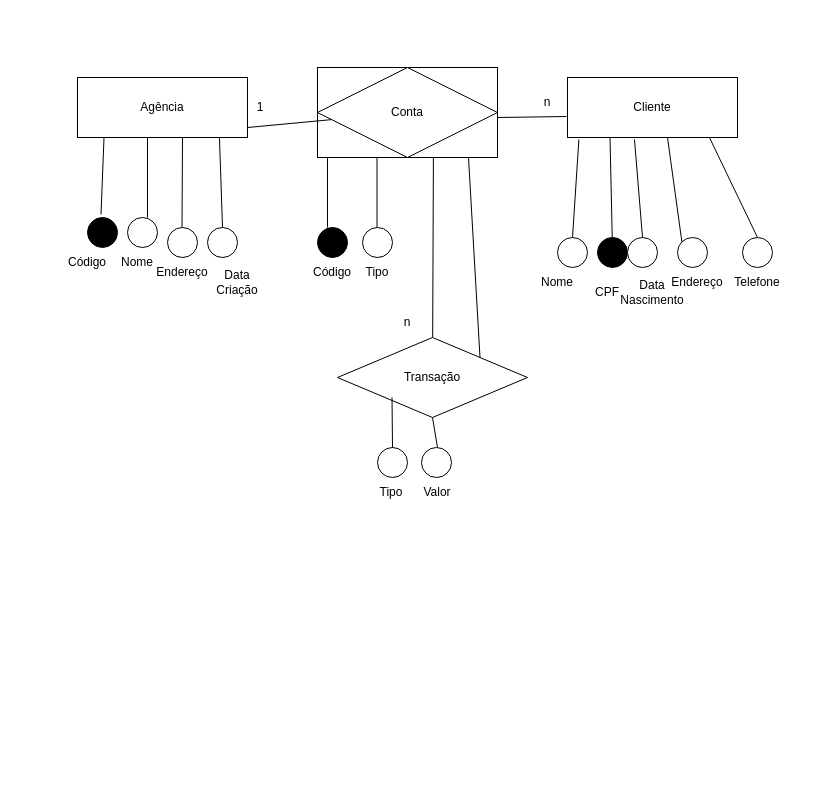
Before: Diagrama sem nome.drawio in COLTEC-DAW/E10-Banco-de-dados, a draw.io diagram. Source tidied: cells renumbered, new cells numbered last; positions are measured from the earlier drawing's top-left corner, leaving out a move shared by most shapes. Both pictures are drawn from the tidied source at 100%, with x=0, y=0 at pixel (57, 67).
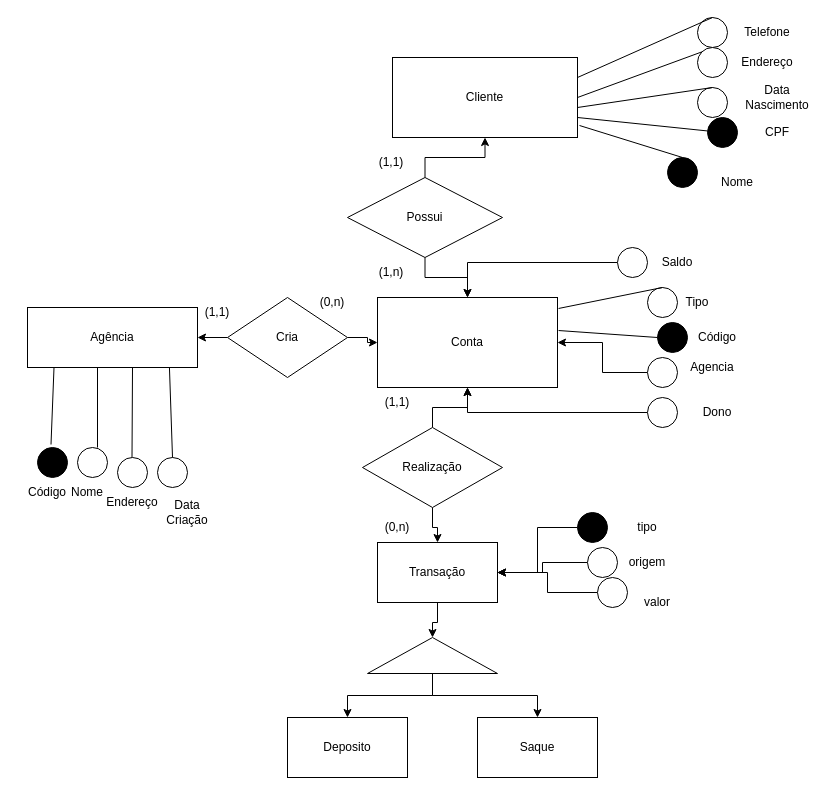
After the change.

The edit, as a diff of the source:
```diff
@@
     <mxCell id="2" value="Cliente" style="rounded=0;whiteSpace=wrap;html=1;" parent="1" vertex="1">
-      <mxGeometry x="510" y="10" width="170" height="60" as="geometry" />
+      <mxGeometry x="335" y="-10" width="185" height="80" as="geometry" />
     </mxCell>
-    <mxCell id="3" style="endArrow=none;html=1;rounded=0;entryX=0.067;entryY=1.033;entryDx=0;entryDy=0;entryPerimeter=0;exitX=0.5;exitY=0;exitDx=0;exitDy=0;" parent="1" edge="1" source="4" target="2">
+    <mxCell id="3" style="endArrow=none;html=1;rounded=0;entryX=1.011;entryY=0.85;entryDx=0;entryDy=0;entryPerimeter=0;exitX=0.5;exitY=0;exitDx=0;exitDy=0;" parent="1" edge="1" source="4" target="2">
       <mxGeometry relative="1" as="geometry" />
     </mxCell>
-    <mxCell id="4" style="ellipse;whiteSpace=wrap;html=1;" parent="1" vertex="1">
-      <mxGeometry x="500" y="170" width="30" height="30" as="geometry" />
+    <mxCell id="4" style="ellipse;whiteSpace=wrap;html=1;fillColor=#000000;" parent="1" vertex="1">
+      <mxGeometry x="610" y="90" width="30" height="30" as="geometry" />
     </mxCell>
     <mxCell id="5" value="Nome" style="text;html=1;strokeColor=none;fillColor=none;align=center;verticalAlign=middle;whiteSpace=wrap;rounded=0;" parent="1" vertex="1">
-      <mxGeometry x="470" y="200" width="60" height="30" as="geometry" />
+      <mxGeometry x="650" y="100" width="60" height="30" as="geometry" />
     </mxCell>
-    <mxCell id="6" style="endArrow=none;html=1;rounded=0;exitX=0.25;exitY=1;exitDx=0;exitDy=0;" parent="1" edge="1" source="2" target="7">
+    <mxCell id="6" style="endArrow=none;html=1;rounded=0;exitX=1;exitY=0.75;exitDx=0;exitDy=0;" parent="1" edge="1" source="2" target="7">
       <mxGeometry relative="1" as="geometry" />
     </mxCell>
     <mxCell id="7" style="ellipse;whiteSpace=wrap;html=1;fillColor=#000000;" parent="1" vertex="1">
-      <mxGeometry x="540" y="170" width="30" height="30" as="geometry" />
+      <mxGeometry x="650" y="50" width="30" height="30" as="geometry" />
     </mxCell>
     <mxCell id="8" value="CPF" style="text;html=1;strokeColor=none;fillColor=none;align=center;verticalAlign=middle;whiteSpace=wrap;rounded=0;" parent="1" vertex="1">
-      <mxGeometry x="520" y="210" width="60" height="30" as="geometry" />
+      <mxGeometry x="690" y="50" width="60" height="30" as="geometry" />
     </mxCell>
     <mxCell id="9" style="ellipse;whiteSpace=wrap;html=1;" parent="1" vertex="1">
-      <mxGeometry x="570" y="170" width="30" height="30" as="geometry" />
+      <mxGeometry x="640" y="20" width="30" height="30" as="geometry" />
     </mxCell>
     <mxCell id="10" value="&lt;div&gt;Data&lt;/div&gt;&lt;div&gt;Nascimento&lt;br&gt;&lt;/div&gt;" style="text;html=1;strokeColor=none;fillColor=none;align=center;verticalAlign=middle;whiteSpace=wrap;rounded=0;" parent="1" vertex="1">
-      <mxGeometry x="565" y="210" width="60" height="30" as="geometry" />
+      <mxGeometry x="690" y="15" width="60" height="30" as="geometry" />
     </mxCell>
-    <mxCell id="11" style="endArrow=none;html=1;rounded=0;exitX=0.394;exitY=1.033;exitDx=0;exitDy=0;entryX=0.5;entryY=0;entryDx=0;entryDy=0;exitPerimeter=0;" parent="1" edge="1" source="2" target="9">
-      <mxGeometry relative="1" as="geometry" />
+    <mxCell id="11" style="endArrow=none;html=1;rounded=0;entryX=0.5;entryY=0;entryDx=0;entryDy=0;" parent="1" edge="1" target="9">
+      <mxGeometry relative="1" as="geometry">
+        <mxPoint x="520" y="40" as="sourcePoint" />
+      </mxGeometry>
     </mxCell>
     <mxCell id="12" style="ellipse;whiteSpace=wrap;html=1;" parent="1" vertex="1">
-      <mxGeometry x="620" y="170" width="30" height="30" as="geometry" />
+      <mxGeometry x="640" y="-20" width="30" height="30" as="geometry" />
     </mxCell>
-    <mxCell id="13" style="endArrow=none;html=1;rounded=0;exitX=0.394;exitY=1.033;exitDx=0;exitDy=0;entryX=0;entryY=0;entryDx=0;entryDy=0;exitPerimeter=0;" parent="1" edge="1" target="12">
-      <mxGeometry relative="1" as="geometry">
-        <mxPoint x="610" y="70" as="sourcePoint" />
-      </mxGeometry>
+    <mxCell id="13" style="endArrow=none;html=1;rounded=0;exitX=1;exitY=0.5;exitDx=0;exitDy=0;entryX=0;entryY=0;entryDx=0;entryDy=0;" parent="1" edge="1" source="2" target="12">
+      <mxGeometry relative="1" as="geometry" />
     </mxCell>
     <mxCell id="14" value="Endereço" style="text;html=1;strokeColor=none;fillColor=none;align=center;verticalAlign=middle;whiteSpace=wrap;rounded=0;" parent="1" vertex="1">
-      <mxGeometry x="610" y="200" width="60" height="30" as="geometry" />
+      <mxGeometry x="680" y="-20" width="60" height="30" as="geometry" />
     </mxCell>
     <mxCell id="15" style="ellipse;whiteSpace=wrap;html=1;" parent="1" vertex="1">
-      <mxGeometry x="685" y="170" width="30" height="30" as="geometry" />
+      <mxGeometry x="640" y="-50" width="30" height="30" as="geometry" />
     </mxCell>
-    <mxCell id="16" style="endArrow=none;html=1;rounded=0;entryX=0.5;entryY=0;entryDx=0;entryDy=0;exitX=0.835;exitY=1;exitDx=0;exitDy=0;exitPerimeter=0;" parent="1" edge="1" source="2" target="15">
+    <mxCell id="16" style="endArrow=none;html=1;rounded=0;entryX=0.5;entryY=0;entryDx=0;entryDy=0;exitX=1;exitY=0.25;exitDx=0;exitDy=0;" parent="1" edge="1" source="2" target="15">
       <mxGeometry relative="1" as="geometry" />
     </mxCell>
     <mxCell id="17" value="Telefone" style="text;html=1;strokeColor=none;fillColor=none;align=center;verticalAlign=middle;whiteSpace=wrap;rounded=0;" parent="1" vertex="1">
-      <mxGeometry x="670" y="200" width="60" height="30" as="geometry" />
+      <mxGeometry x="680" y="-50" width="60" height="30" as="geometry" />
     </mxCell>
     <mxCell id="18" style="ellipse;whiteSpace=wrap;html=1;fillColor=#000000;" parent="1" vertex="1">
-      <mxGeometry x="30" y="150" width="30" height="30" as="geometry" />
+      <mxGeometry x="-20" y="380" width="30" height="30" as="geometry" />
     </mxCell>
     <mxCell id="19" style="endArrow=none;html=1;rounded=0;entryX=0.121;entryY=0.663;entryDx=0;entryDy=0;entryPerimeter=0;" parent="1" edge="1">
       <mxGeometry relative="1" as="geometry">
-        <mxPoint x="43.5" y="147" as="sourcePoint" />
-        <mxPoint x="46.5" y="70" as="targetPoint" />
+        <mxPoint x="-6.5" y="377" as="sourcePoint" />
+        <mxPoint x="-3.5" y="300" as="targetPoint" />
       </mxGeometry>
     </mxCell>
     <mxCell id="20" value="Código" style="text;html=1;strokeColor=none;fillColor=none;align=center;verticalAlign=middle;whiteSpace=wrap;rounded=0;" parent="1" vertex="1">
-      <mxGeometry y="180" width="60" height="30" as="geometry" />
+      <mxGeometry x="-40" y="410" width="60" height="30" as="geometry" />
     </mxCell>
     <mxCell id="21" style="ellipse;whiteSpace=wrap;html=1;" parent="1" vertex="1">
-      <mxGeometry x="70" y="150" width="30" height="30" as="geometry" />
+      <mxGeometry x="20" y="380" width="30" height="30" as="geometry" />
     </mxCell>
     <mxCell id="22" value="Nome" style="text;html=1;strokeColor=none;fillColor=none;align=center;verticalAlign=middle;whiteSpace=wrap;rounded=0;" parent="1" vertex="1">
-      <mxGeometry x="50" y="180" width="60" height="30" as="geometry" />
+      <mxGeometry y="410" width="60" height="30" as="geometry" />
     </mxCell>
     <mxCell id="23" style="ellipse;whiteSpace=wrap;html=1;" parent="1" vertex="1">
-      <mxGeometry x="110" y="160" width="30" height="30" as="geometry" />
+      <mxGeometry x="60" y="390" width="30" height="30" as="geometry" />
     </mxCell>
     <mxCell id="24" style="endArrow=none;html=1;rounded=0;" parent="1" edge="1">
       <mxGeometry relative="1" as="geometry">
-        <mxPoint x="124.5" y="160" as="sourcePoint" />
-        <mxPoint x="125" y="70" as="targetPoint" />
+        <mxPoint x="74.5" y="390" as="sourcePoint" />
+        <mxPoint x="75" y="300" as="targetPoint" />
       </mxGeometry>
     </mxCell>
     <mxCell id="25" value="Endereço" style="text;html=1;strokeColor=none;fillColor=none;align=center;verticalAlign=middle;whiteSpace=wrap;rounded=0;" parent="1" vertex="1">
-      <mxGeometry x="95" y="190" width="60" height="30" as="geometry" />
+      <mxGeometry x="45" y="420" width="60" height="30" as="geometry" />
     </mxCell>
     <mxCell id="26" style="ellipse;whiteSpace=wrap;html=1;" parent="1" vertex="1">
-      <mxGeometry x="150" y="160" width="30" height="30" as="geometry" />
+      <mxGeometry x="100" y="390" width="30" height="30" as="geometry" />
     </mxCell>
@@
     <mxCell id="28" value="&lt;div&gt;Data &lt;br&gt;&lt;/div&gt;&lt;div&gt;Criação&lt;br&gt;&lt;/div&gt;" style="text;html=1;strokeColor=none;fillColor=none;align=center;verticalAlign=middle;whiteSpace=wrap;rounded=0;" parent="1" vertex="1">
-      <mxGeometry x="150" y="200" width="60" height="30" as="geometry" />
+      <mxGeometry x="100" y="430" width="60" height="30" as="geometry" />
     </mxCell>
     <mxCell id="29" style="endArrow=none;html=1;rounded=0;" parent="1" edge="1">
       <mxGeometry relative="1" as="geometry">
-        <mxPoint x="90" y="150" as="sourcePoint" />
-        <mxPoint x="90" y="70" as="targetPoint" />
+        <mxPoint x="40" y="380" as="sourcePoint" />
+        <mxPoint x="40" y="300" as="targetPoint" />
       </mxGeometry>
     </mxCell>
     <mxCell id="30" value="Agência" style="rounded=0;whiteSpace=wrap;html=1;" parent="1" vertex="1">
-      <mxGeometry x="20" y="10" width="170" height="60" as="geometry" />
+      <mxGeometry x="-30" y="240" width="170" height="60" as="geometry" />
     </mxCell>
-    <mxCell id="31" style="rounded=0;whiteSpace=wrap;html=1;" parent="1" vertex="1">
-      <mxGeometry x="260" width="180" height="90" as="geometry" />
+    <mxCell id="31" value="Conta" style="rounded=0;whiteSpace=wrap;html=1;" parent="1" vertex="1">
+      <mxGeometry x="320" y="230" width="180" height="90" as="geometry" />
     </mxCell>
-    <mxCell id="32" value="Conta" style="rhombus;whiteSpace=wrap;html=1;" parent="1" vertex="1">
-      <mxGeometry x="260" width="180" height="90" as="geometry" />
-    </mxCell>
     <mxCell id="33" style="ellipse;whiteSpace=wrap;html=1;fillColor=#000000;" parent="1" vertex="1">
-      <mxGeometry x="260" y="160" width="30" height="30" as="geometry" />
+      <mxGeometry x="600" y="255" width="30" height="30" as="geometry" />
     </mxCell>
-    <mxCell id="34" style="endArrow=none;html=1;rounded=0;" parent="1" edge="1">
-      <mxGeometry relative="1" as="geometry">
-        <mxPoint x="270" y="160" as="sourcePoint" />
-        <mxPoint x="270" y="90" as="targetPoint" />
-      </mxGeometry>
+    <mxCell id="34" style="endArrow=none;html=1;rounded=0;exitX=1.006;exitY=0.367;exitDx=0;exitDy=0;exitPerimeter=0;entryX=0;entryY=0.5;entryDx=0;entryDy=0;" parent="1" edge="1" source="31" target="33">
+      <mxGeometry relative="1" as="geometry" />
     </mxCell>
     <mxCell id="35" value="Código" style="text;html=1;strokeColor=none;fillColor=none;align=center;verticalAlign=middle;whiteSpace=wrap;rounded=0;" parent="1" vertex="1">
-      <mxGeometry x="245" y="190" width="60" height="30" as="geometry" />
+      <mxGeometry x="630" y="255" width="60" height="30" as="geometry" />
     </mxCell>
     <mxCell id="36" style="ellipse;whiteSpace=wrap;html=1;" parent="1" vertex="1">
-      <mxGeometry x="305" y="160" width="30" height="30" as="geometry" />
+      <mxGeometry x="590" y="220" width="30" height="30" as="geometry" />
     </mxCell>
     <mxCell id="37" value="Tipo" style="text;html=1;strokeColor=none;fillColor=none;align=center;verticalAlign=middle;whiteSpace=wrap;rounded=0;" parent="1" vertex="1">
-      <mxGeometry x="290" y="190" width="60" height="30" as="geometry" />
+      <mxGeometry x="610" y="220" width="60" height="30" as="geometry" />
     </mxCell>
-    <mxCell id="38" style="endArrow=none;html=1;rounded=0;" parent="1" edge="1">
-      <mxGeometry relative="1" as="geometry">
-        <mxPoint x="319.5" y="160" as="sourcePoint" />
-        <mxPoint x="319.5" y="90" as="targetPoint" />
-      </mxGeometry>
+    <mxCell id="38" style="endArrow=none;html=1;rounded=0;exitX=0.5;exitY=0;exitDx=0;exitDy=0;entryX=1.006;entryY=0.122;entryDx=0;entryDy=0;entryPerimeter=0;" parent="1" edge="1" source="36" target="31">
+      <mxGeometry relative="1" as="geometry" />
     </mxCell>
+    <mxCell id="53" style="edgeStyle=orthogonalEdgeStyle;rounded=0;jettySize=auto;html=1;" parent="1" edge="1" source="47" target="31">
+      <mxGeometry relative="1" as="geometry" />
+    </mxCell>
+    <mxCell id="47" style="ellipse;whiteSpace=wrap;html=1;" parent="1" vertex="1">
+      <mxGeometry x="590" y="290" width="30" height="30" as="geometry" />
+    </mxCell>
+    <mxCell id="54" style="edgeStyle=orthogonalEdgeStyle;rounded=0;jettySize=auto;html=1;" parent="1" edge="1" source="56" target="31">
+      <mxGeometry relative="1" as="geometry" />
+    </mxCell>
+    <mxCell id="55" style="edgeStyle=orthogonalEdgeStyle;rounded=0;jettySize=auto;html=1;" parent="1" edge="1" source="56" target="30">
+      <mxGeometry relative="1" as="geometry" />
+    </mxCell>
+    <mxCell id="56" value="Cria" style="rhombus;whiteSpace=wrap;html=1;" parent="1" vertex="1">
+      <mxGeometry x="170" y="230" width="120" height="80" as="geometry" />
+    </mxCell>
+    <mxCell id="57" value="Agencia" style="text;html=1;strokeColor=none;fillColor=none;align=center;verticalAlign=middle;whiteSpace=wrap;rounded=0;" parent="1" vertex="1">
+      <mxGeometry x="625" y="285" width="60" height="30" as="geometry" />
+    </mxCell>
+    <mxCell id="58" style="edgeStyle=orthogonalEdgeStyle;rounded=0;jettySize=auto;html=1;" parent="1" edge="1" source="59" target="31">
+      <mxGeometry relative="1" as="geometry" />
+    </mxCell>
+    <mxCell id="59" style="ellipse;whiteSpace=wrap;html=1;" parent="1" vertex="1">
+      <mxGeometry x="590" y="330" width="30" height="30" as="geometry" />
+    </mxCell>
+    <mxCell id="60" value="Dono" style="text;html=1;strokeColor=none;fillColor=none;align=center;verticalAlign=middle;whiteSpace=wrap;rounded=0;" parent="1" vertex="1">
+      <mxGeometry x="630" y="330" width="60" height="30" as="geometry" />
+    </mxCell>
+    <mxCell id="61" style="edgeStyle=orthogonalEdgeStyle;rounded=0;jettySize=auto;html=1;" parent="1" edge="1" source="62" target="31">
+      <mxGeometry relative="1" as="geometry" />
+    </mxCell>
+    <mxCell id="62" style="ellipse;whiteSpace=wrap;html=1;" parent="1" vertex="1">
+      <mxGeometry x="560" y="180" width="30" height="30" as="geometry" />
+    </mxCell>
+    <mxCell id="63" value="Saldo" style="text;html=1;strokeColor=none;fillColor=none;align=center;verticalAlign=middle;whiteSpace=wrap;rounded=0;" parent="1" vertex="1">
+      <mxGeometry x="590" y="180" width="60" height="30" as="geometry" />
+    </mxCell>
+    <mxCell id="64" style="edgeStyle=orthogonalEdgeStyle;rounded=0;jettySize=auto;html=1;" parent="1" edge="1" source="66" target="31">
+      <mxGeometry relative="1" as="geometry" />
+    </mxCell>
+    <mxCell id="65" style="edgeStyle=orthogonalEdgeStyle;rounded=0;jettySize=auto;html=1;" parent="1" edge="1" source="66" target="2">
+      <mxGeometry relative="1" as="geometry" />
+    </mxCell>
+    <mxCell id="66" value="Possui" style="rhombus;whiteSpace=wrap;html=1;" parent="1" vertex="1">
+      <mxGeometry x="290" y="110" width="155" height="80" as="geometry" />
+    </mxCell>
+    <mxCell id="67" style="edgeStyle=orthogonalEdgeStyle;rounded=0;jettySize=auto;html=1;" parent="1" edge="1" source="69" target="31">
+      <mxGeometry relative="1" as="geometry" />
+    </mxCell>
+    <mxCell id="68" style="edgeStyle=orthogonalEdgeStyle;rounded=0;jettySize=auto;html=1;" parent="1" edge="1" source="69" target="39">
+      <mxGeometry relative="1" as="geometry" />
+    </mxCell>
+    <mxCell id="69" value="Realização" style="rhombus;whiteSpace=wrap;html=1;" parent="1" vertex="1">
+      <mxGeometry x="305" y="360" width="140" height="80" as="geometry" />
+    </mxCell>
+    <mxCell id="70" style="edgeStyle=orthogonalEdgeStyle;rounded=0;jettySize=auto;html=1;" parent="1" edge="1" source="39" target="73">
+      <mxGeometry relative="1" as="geometry" />
+    </mxCell>
-    <mxCell id="39" value="Transação" style="rhombus;whiteSpace=wrap;html=1;" parent="1" vertex="1">
-      <mxGeometry x="280" y="270" width="190" height="80" as="geometry" />
+    <mxCell id="39" value="Transação" style="rounded=0;whiteSpace=wrap;html=1;" parent="1" vertex="1">
+      <mxGeometry x="320" y="475" width="120" height="60" as="geometry" />
     </mxCell>
-    <mxCell id="40" style="endArrow=none;html=1;rounded=0;entryX=0.644;entryY=1;entryDx=0;entryDy=0;entryPerimeter=0;" parent="1" edge="1" source="39" target="31">
-      <mxGeometry relative="1" as="geometry" />
-    </mxCell>
-    <mxCell id="41" style="endArrow=none;html=1;rounded=0;entryX=0.644;entryY=1;entryDx=0;entryDy=0;entryPerimeter=0;exitX=1;exitY=0;exitDx=0;exitDy=0;" parent="1" edge="1" source="39">
-      <mxGeometry relative="1" as="geometry">
-        <mxPoint x="411" y="90" as="targetPoint" />
-      </mxGeometry>
-    </mxCell>
-    <mxCell id="42" style="endArrow=none;html=1;rounded=0;" parent="1" edge="1" target="32">
-      <mxGeometry relative="1" as="geometry">
-        <mxPoint x="190" y="60" as="sourcePoint" />
-      </mxGeometry>
-    </mxCell>
-    <mxCell id="43" style="endArrow=none;html=1;rounded=0;entryX=-0.006;entryY=0.65;entryDx=0;entryDy=0;entryPerimeter=0;" parent="1" edge="1" target="2">
-      <mxGeometry relative="1" as="geometry">
-        <mxPoint x="440" y="50" as="sourcePoint" />
-      </mxGeometry>
-    </mxCell>
-    <mxCell id="44" style="ellipse;whiteSpace=wrap;html=1;" parent="1" vertex="1">
-      <mxGeometry x="320" y="380" width="30" height="30" as="geometry" />
-    </mxCell>
-    <mxCell id="45" style="endArrow=none;html=1;rounded=0;exitX=0.5;exitY=0;exitDx=0;exitDy=0;" parent="1" edge="1" source="44">
-      <mxGeometry relative="1" as="geometry">
-        <mxPoint x="334.5" y="330" as="targetPoint" />
-      </mxGeometry>
-    </mxCell>
-    <mxCell id="46" value="Tipo" style="text;html=1;strokeColor=none;fillColor=none;align=center;verticalAlign=middle;whiteSpace=wrap;rounded=0;" parent="1" vertex="1">
-      <mxGeometry x="304" y="410" width="60" height="30" as="geometry" />
-    </mxCell>
-    <mxCell id="47" style="ellipse;whiteSpace=wrap;html=1;" parent="1" vertex="1">
-      <mxGeometry x="364" y="380" width="30" height="30" as="geometry" />
-    </mxCell>
-    <mxCell id="48" value="Valor" style="text;html=1;strokeColor=none;fillColor=none;align=center;verticalAlign=middle;whiteSpace=wrap;rounded=0;" parent="1" vertex="1">
-      <mxGeometry x="350" y="410" width="60" height="30" as="geometry" />
-    </mxCell>
-    <mxCell id="49" style="endArrow=none;html=1;rounded=0;entryX=0.5;entryY=1;entryDx=0;entryDy=0;" parent="1" edge="1" target="39">
-      <mxGeometry relative="1" as="geometry">
-        <mxPoint x="380" y="380" as="sourcePoint" />
-      </mxGeometry>
-    </mxCell>
-    <mxCell id="50" value="1" style="text;html=1;strokeColor=none;fillColor=none;align=center;verticalAlign=middle;whiteSpace=wrap;rounded=0;" parent="1" vertex="1">
-      <mxGeometry x="173" y="25" width="60" height="30" as="geometry" />
-    </mxCell>
-    <mxCell id="51" value="n" style="text;html=1;strokeColor=none;fillColor=none;align=center;verticalAlign=middle;whiteSpace=wrap;rounded=0;" parent="1" vertex="1">
-      <mxGeometry x="460" y="20" width="60" height="30" as="geometry" />
-    </mxCell>
-    <mxCell id="52" value="n" style="text;html=1;strokeColor=none;fillColor=none;align=center;verticalAlign=middle;whiteSpace=wrap;rounded=0;" parent="1" vertex="1">
-      <mxGeometry x="320" y="240" width="60" height="30" as="geometry" />
-    </mxCell>
+    <mxCell id="71" style="edgeStyle=orthogonalEdgeStyle;rounded=0;jettySize=auto;html=1;" parent="1" edge="1" source="73" target="74">
+      <mxGeometry relative="1" as="geometry" />
+    </mxCell>
+    <mxCell id="72" style="edgeStyle=orthogonalEdgeStyle;rounded=0;jettySize=auto;html=1;" parent="1" edge="1" source="73" target="75">
+      <mxGeometry relative="1" as="geometry" />
+    </mxCell>
+    <mxCell id="73" style="triangle;whiteSpace=wrap;html=1;direction=north;" parent="1" vertex="1">
+      <mxGeometry x="310" y="570" width="130" height="36" as="geometry" />
+    </mxCell>
+    <mxCell id="74" value="Deposito" style="rounded=0;whiteSpace=wrap;html=1;" parent="1" vertex="1">
+      <mxGeometry x="230" y="650" width="120" height="60" as="geometry" />
+    </mxCell>
+    <mxCell id="75" value="Saque" style="rounded=0;whiteSpace=wrap;html=1;" parent="1" vertex="1">
+      <mxGeometry x="420" y="650" width="120" height="60" as="geometry" />
+    </mxCell>
+    <mxCell id="76" style="edgeStyle=orthogonalEdgeStyle;rounded=0;jettySize=auto;html=1;" parent="1" edge="1" source="77" target="39">
+      <mxGeometry relative="1" as="geometry" />
+    </mxCell>
+    <mxCell id="77" style="ellipse;whiteSpace=wrap;html=1;fillColor=#000000;" parent="1" vertex="1">
+      <mxGeometry x="520" y="445" width="30" height="30" as="geometry" />
+    </mxCell>
+    <mxCell id="78" style="edgeStyle=orthogonalEdgeStyle;rounded=0;jettySize=auto;html=1;" parent="1" edge="1" source="79" target="39">
+      <mxGeometry relative="1" as="geometry" />
+    </mxCell>
+    <mxCell id="79" style="ellipse;whiteSpace=wrap;html=1;" parent="1" vertex="1">
+      <mxGeometry x="530" y="480" width="30" height="30" as="geometry" />
+    </mxCell>
+    <mxCell id="80" style="edgeStyle=orthogonalEdgeStyle;rounded=0;jettySize=auto;html=1;" parent="1" edge="1" source="81" target="39">
+      <mxGeometry relative="1" as="geometry" />
+    </mxCell>
+    <mxCell id="81" style="ellipse;whiteSpace=wrap;html=1;" parent="1" vertex="1">
+      <mxGeometry x="540" y="510" width="30" height="30" as="geometry" />
+    </mxCell>
+    <mxCell id="82" value="tipo" style="text;html=1;strokeColor=none;fillColor=none;align=center;verticalAlign=middle;whiteSpace=wrap;rounded=0;" parent="1" vertex="1">
+      <mxGeometry x="560" y="445" width="60" height="30" as="geometry" />
+    </mxCell>
+    <mxCell id="83" value="origem" style="text;html=1;strokeColor=none;fillColor=none;align=center;verticalAlign=middle;whiteSpace=wrap;rounded=0;" parent="1" vertex="1">
+      <mxGeometry x="560" y="480" width="60" height="30" as="geometry" />
+    </mxCell>
+    <mxCell id="84" value="valor" style="text;html=1;strokeColor=none;fillColor=none;align=center;verticalAlign=middle;whiteSpace=wrap;rounded=0;" parent="1" vertex="1">
+      <mxGeometry x="570" y="520" width="60" height="30" as="geometry" />
+    </mxCell>
+    <mxCell id="85" value="(1,1)" style="text;html=1;strokeColor=none;fillColor=none;align=center;verticalAlign=middle;whiteSpace=wrap;rounded=0;" parent="1" vertex="1">
+      <mxGeometry x="130" y="230" width="60" height="30" as="geometry" />
+    </mxCell>
+    <mxCell id="86" value="(0,n)" style="text;html=1;strokeColor=none;fillColor=none;align=center;verticalAlign=middle;whiteSpace=wrap;rounded=0;" parent="1" vertex="1">
+      <mxGeometry x="245" y="220" width="60" height="30" as="geometry" />
+    </mxCell>
+    <mxCell id="87" value="(1,n)" style="text;html=1;strokeColor=none;fillColor=none;align=center;verticalAlign=middle;whiteSpace=wrap;rounded=0;" parent="1" vertex="1">
+      <mxGeometry x="304" y="190" width="60" height="30" as="geometry" />
+    </mxCell>
+    <mxCell id="88" value="(1,1)" style="text;html=1;strokeColor=none;fillColor=none;align=center;verticalAlign=middle;whiteSpace=wrap;rounded=0;" parent="1" vertex="1">
+      <mxGeometry x="304" y="80" width="60" height="30" as="geometry" />
+    </mxCell>
+    <mxCell id="89" value="(1,1)" style="text;html=1;strokeColor=none;fillColor=none;align=center;verticalAlign=middle;whiteSpace=wrap;rounded=0;" parent="1" vertex="1">
+      <mxGeometry x="310" y="320" width="60" height="30" as="geometry" />
+    </mxCell>
+    <mxCell id="90" value="(0,n)" style="text;html=1;strokeColor=none;fillColor=none;align=center;verticalAlign=middle;whiteSpace=wrap;rounded=0;" parent="1" vertex="1">
+      <mxGeometry x="310" y="445" width="60" height="30" as="geometry" />
+    </mxCell>
```
